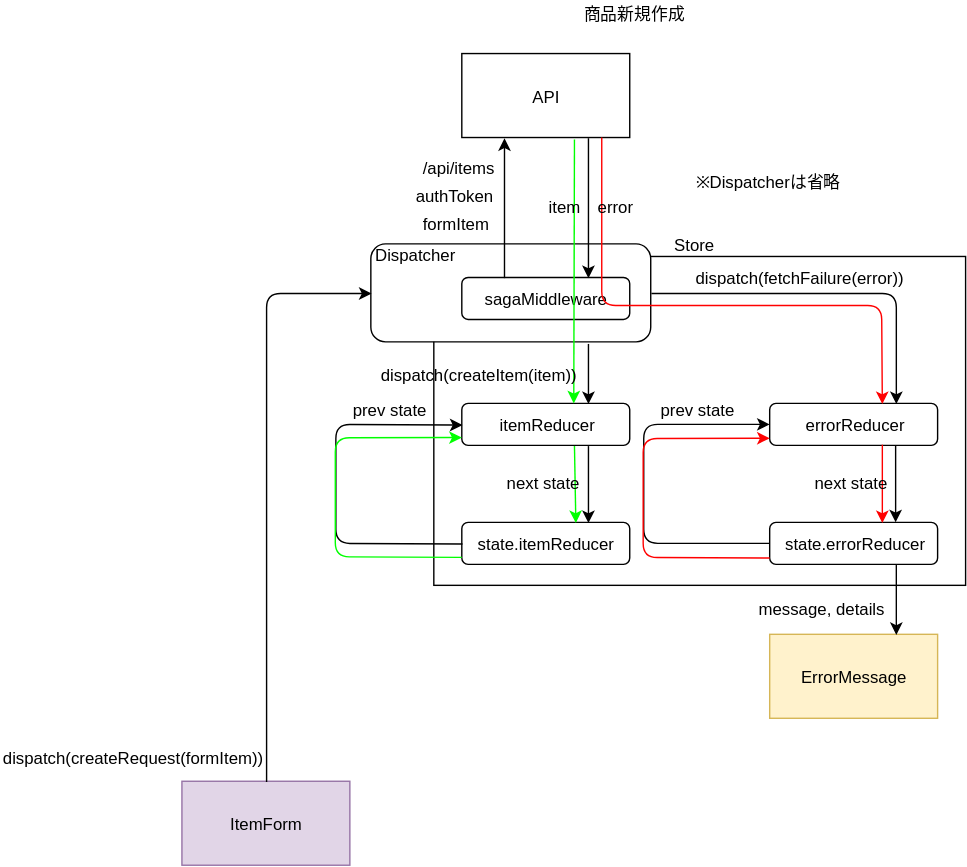
Above: diagram/dataFlow/create.svg in emgniddikur/react-app (draw.io), before the change. Source tidied: cells renumbered, new cells last; positions are measured from the earlier drawing's top-left corner, leaving out a move shared by most shapes.
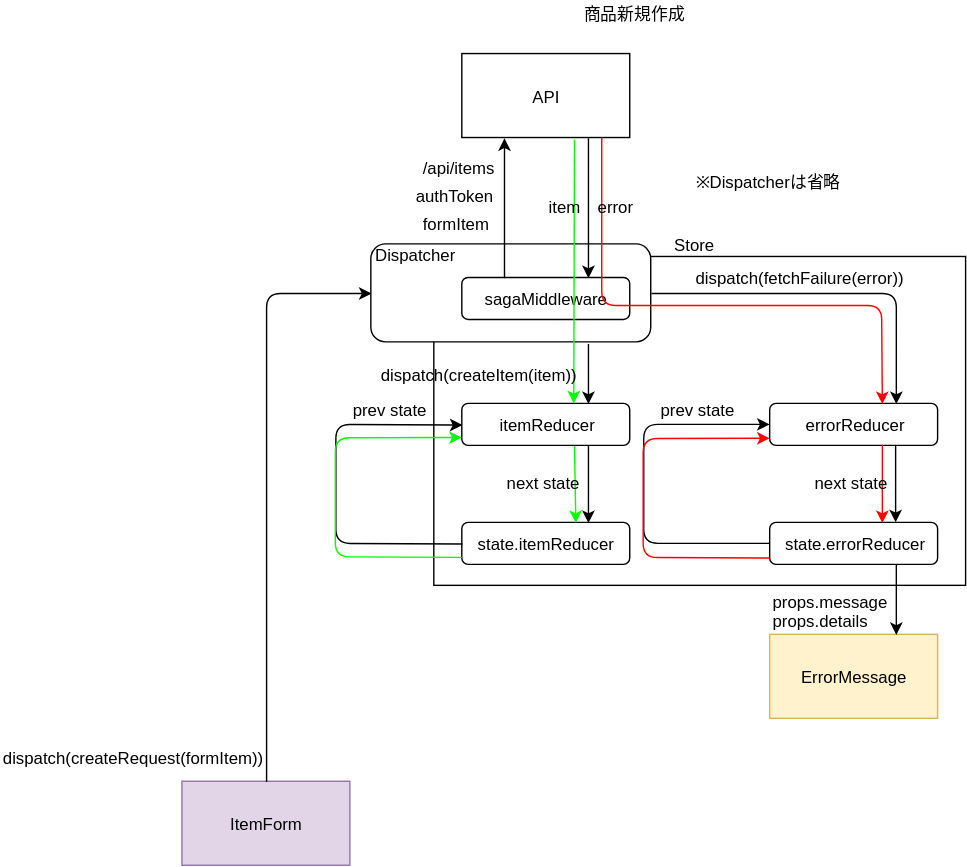
After the commit.

The edit, as a diff of the source:
```diff
@@ -100,9 +100,6 @@
     <mxCell id="26" style="endArrow=classic;html=1;entryX=0.75;entryY=0;entryDx=0;entryDy=0;exitX=0.75;exitY=1;exitDx=0;exitDy=0;" parent="1" edge="1" source="18" target="25">
       <mxGeometry relative="1" as="geometry" />
     </mxCell>
-    <mxCell id="27" value="message, details&lt;br&gt;" style="text;html=1;align=left;verticalAlign=top;spacingTop=-4;" parent="1" vertex="1">
-      <mxGeometry x="539.5" y="425" width="110" height="20" as="geometry" />
-    </mxCell>
     <mxCell id="28" style="endArrow=classic;html=1;entryX=0;entryY=0.5;entryDx=0;entryDy=0;exitX=0.5;exitY=0;exitDx=0;exitDy=0;" parent="1" edge="1" source="24" target="3">
       <mxGeometry relative="1" as="geometry">
         <Array as="points">
@@ -179,5 +176,8 @@
     <mxCell id="43" value="Store" style="text;html=1;strokeColor=none;fillColor=none;align=center;verticalAlign=middle;whiteSpace=wrap;rounded=0;" parent="1" vertex="1">
       <mxGeometry x="474.5" y="163.5" width="40" height="20" as="geometry" />
     </mxCell>
+    <mxCell id="44" value="props.message&lt;br&gt;props.details&lt;br&gt;" style="text;html=1;align=left;verticalAlign=top;spacingTop=-4;" parent="1" vertex="1">
+      <mxGeometry x="549.5" y="420" width="100" height="30" as="geometry" />
+    </mxCell>
   </root>
 </mxGraphModel>
```
